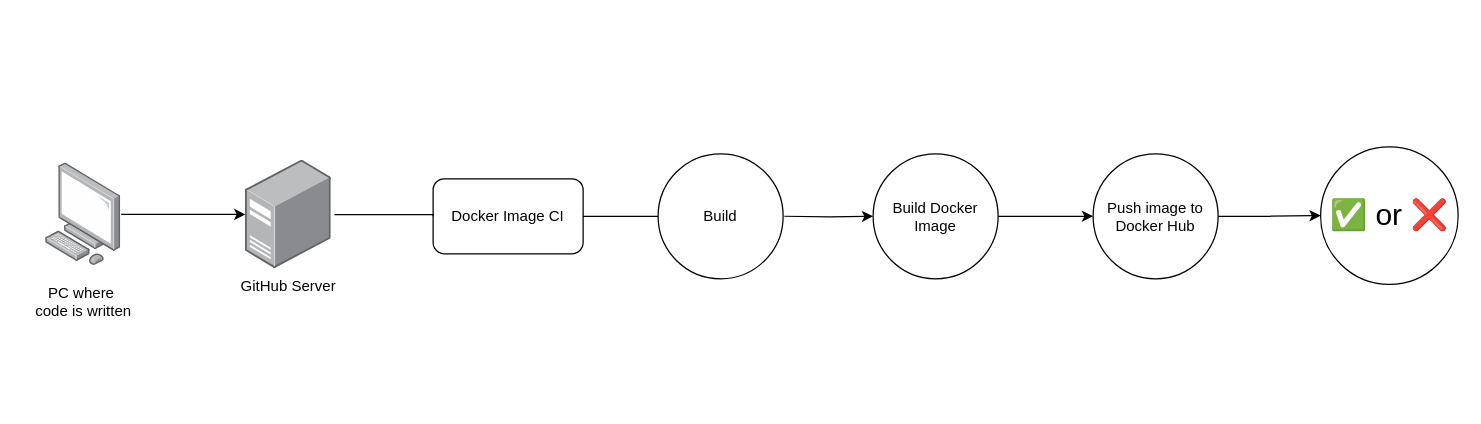
This is etc/FE_pipelineDiagram.drawio from MateoGlzAlon/documentation-crowdfunding-fontys-project, a draw.io file, before an edit. Source tidied: cells renumbered, new cells numbered last; positions are measured from the earlier drawing's top-left corner, leaving out a move shared by most shapes. Both pictures are drawn from the tidied source at 125%, with x=0, y=0 at pixel (20, 146).
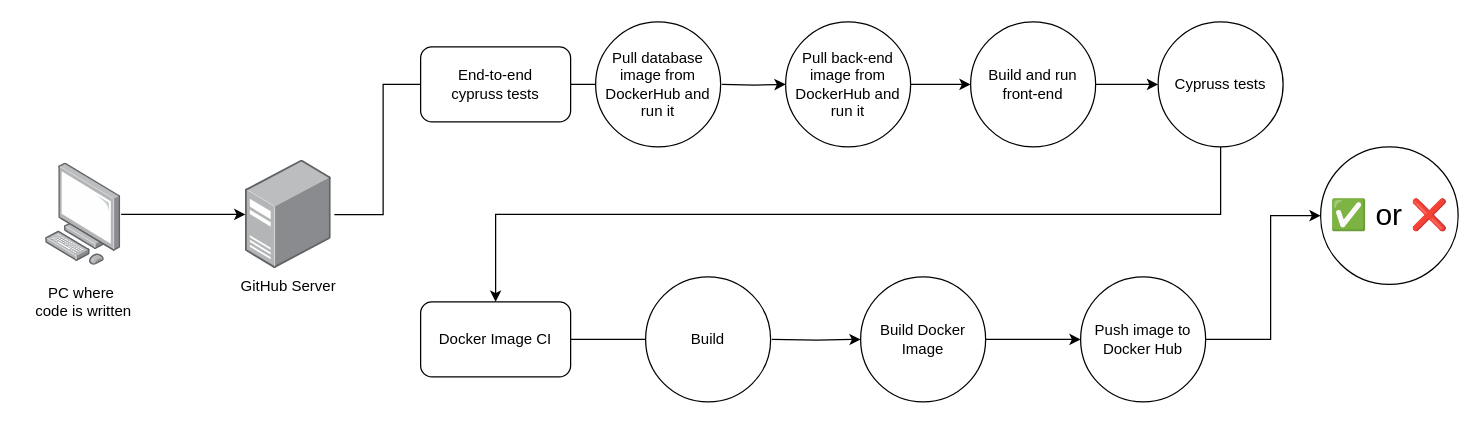
The same page after the edit.

Unchanged cells that the change refers to:
```xml
<mxCell id="6" value="&lt;font style=&quot;font-size: 24px;&quot;&gt;✅ or ❌&lt;/font&gt;" style="ellipse;whiteSpace=wrap;html=1;" parent="1" vertex="1">
  <mxGeometry x="1040" width="110" height="110" as="geometry" />
</mxCell>
<mxCell id="8" value="GitHub Server" style="image;points=[];html=1;align=center;shadow=0;dashed=0;image=img/lib/allied_telesis/computer_and_terminals/Server_Desktop.svg;" parent="1" vertex="1">
  <mxGeometry x="180" y="10.5" width="68.6" height="87" as="geometry" />
</mxCell>
```

Change to the diagram source:
```diff
@@
-    <mxCell id="2" style="edgeStyle=orthogonalEdgeStyle;rounded=0;jettySize=auto;html=1;entryX=0;entryY=0.5;entryDx=0;entryDy=0;" parent="1" edge="1" source="15" target="6">
-      <mxGeometry relative="1" as="geometry" />
-    </mxCell>
-    <mxCell id="3" value="Build" style="ellipse;whiteSpace=wrap;html=1;" parent="1" vertex="1">
-      <mxGeometry x="510" y="5.5" width="100" height="100" as="geometry" />
+    <mxCell id="3" value="&lt;div&gt;Pull database image from DockerHub and run it&lt;/div&gt;" style="ellipse;whiteSpace=wrap;html=1;" parent="1" vertex="1">
+      <mxGeometry x="460" y="-100" width="100" height="100" as="geometry" />
     </mxCell>
-    <mxCell id="4" value="Docker Image CI" style="rounded=1;whiteSpace=wrap;html=1;" parent="1" vertex="1">
-      <mxGeometry x="330" y="25.5" width="120" height="60" as="geometry" />
+    <mxCell id="4" value="End-to-end&lt;div&gt;cypruss tests&lt;/div&gt;" style="rounded=1;whiteSpace=wrap;html=1;" parent="1" vertex="1">
+      <mxGeometry x="320" y="-80" width="120" height="60" as="geometry" />
     </mxCell>
@@
-    <mxCell id="10" style="endArrow=none;html=1;rounded=0;exitX=1.035;exitY=0.502;exitDx=0;exitDy=0;exitPerimeter=0;entryX=0;entryY=0.5;entryDx=0;entryDy=0;edgeStyle=orthogonalEdgeStyle;" parent="1" edge="1" source="8" target="4">
+    <mxCell id="10" style="endArrow=none;html=1;rounded=0;exitX=1.035;exitY=0.502;exitDx=0;exitDy=0;exitPerimeter=0;edgeStyle=orthogonalEdgeStyle;entryX=0;entryY=0.5;entryDx=0;entryDy=0;" parent="1" edge="1" source="8" target="4">
       <mxGeometry relative="1" as="geometry">
         <Array as="points">
-          <mxPoint x="330" y="54" />
+          <mxPoint x="290" y="54" />
+          <mxPoint x="290" y="-50" />
         </Array>
       </mxGeometry>
     </mxCell>
@@
     <mxCell id="12" style="edgeStyle=orthogonalEdgeStyle;rounded=0;jettySize=auto;html=1;entryX=0;entryY=0.5;entryDx=0;entryDy=0;" parent="1" edge="1" target="13">
       <mxGeometry relative="1" as="geometry">
-        <mxPoint x="611" y="55.5" as="sourcePoint" />
+        <mxPoint x="561" y="-50" as="sourcePoint" />
       </mxGeometry>
     </mxCell>
-    <mxCell id="13" value="Build Docker&lt;div&gt;Image&lt;/div&gt;" style="ellipse;whiteSpace=wrap;html=1;" parent="1" vertex="1">
-      <mxGeometry x="682" y="5.5" width="100" height="100" as="geometry" />
+    <mxCell id="13" value="Pull back-end image from DockerHub and run it" style="ellipse;whiteSpace=wrap;html=1;" parent="1" vertex="1">
+      <mxGeometry x="612" y="-100" width="100" height="100" as="geometry" />
     </mxCell>
@@
+    <mxCell id="16" style="edgeStyle=orthogonalEdgeStyle;rounded=0;jettySize=auto;html=1;entryX=0;entryY=0.5;entryDx=0;entryDy=0;" parent="1" edge="1" source="15" target="26">
+      <mxGeometry relative="1" as="geometry">
+        <Array as="points">
+          <mxPoint x="890" y="-50" />
+          <mxPoint x="890" y="-50" />
+        </Array>
+      </mxGeometry>
+    </mxCell>
-    <mxCell id="15" value="Push image to Docker Hub" style="ellipse;whiteSpace=wrap;html=1;" parent="1" vertex="1">
-      <mxGeometry x="858" y="5.5" width="100" height="100" as="geometry" />
+    <mxCell id="15" value="Build and run front-end" style="ellipse;whiteSpace=wrap;html=1;" parent="1" vertex="1">
+      <mxGeometry x="760" y="-100" width="100" height="100" as="geometry" />
     </mxCell>
+    <mxCell id="17" value="Build" style="ellipse;whiteSpace=wrap;html=1;" parent="1" vertex="1">
+      <mxGeometry x="500" y="104" width="100" height="100" as="geometry" />
+    </mxCell>
+    <mxCell id="18" value="Docker Image CI" style="rounded=1;whiteSpace=wrap;html=1;" parent="1" vertex="1">
+      <mxGeometry x="320" y="124" width="120" height="60" as="geometry" />
+    </mxCell>
+    <mxCell id="19" style="endArrow=none;html=1;rounded=0;exitX=1;exitY=0.5;exitDx=0;exitDy=0;entryX=0;entryY=0.5;entryDx=0;entryDy=0;" parent="1" edge="1" source="18" target="17">
+      <mxGeometry relative="1" as="geometry" />
+    </mxCell>
+    <mxCell id="20" style="edgeStyle=orthogonalEdgeStyle;rounded=0;jettySize=auto;html=1;entryX=0;entryY=0.5;entryDx=0;entryDy=0;" parent="1" edge="1" target="21">
+      <mxGeometry relative="1" as="geometry">
+        <mxPoint x="601" y="154" as="sourcePoint" />
+      </mxGeometry>
+    </mxCell>
+    <mxCell id="21" value="Build Docker&lt;div&gt;Image&lt;/div&gt;" style="ellipse;whiteSpace=wrap;html=1;" parent="1" vertex="1">
+      <mxGeometry x="672" y="104" width="100" height="100" as="geometry" />
+    </mxCell>
+    <mxCell id="22" style="edgeStyle=orthogonalEdgeStyle;rounded=0;jettySize=auto;html=1;entryX=0;entryY=0.5;entryDx=0;entryDy=0;" parent="1" edge="1" source="21" target="24">
+      <mxGeometry relative="1" as="geometry" />
+    </mxCell>
+    <mxCell id="23" style="edgeStyle=orthogonalEdgeStyle;rounded=0;jettySize=auto;html=1;entryX=0;entryY=0.5;entryDx=0;entryDy=0;" parent="1" edge="1" source="24" target="6">
+      <mxGeometry relative="1" as="geometry">
+        <Array as="points">
+          <mxPoint x="1000" y="154" />
+          <mxPoint x="1000" y="55" />
+        </Array>
+      </mxGeometry>
+    </mxCell>
+    <mxCell id="24" value="Push image to Docker Hub" style="ellipse;whiteSpace=wrap;html=1;" parent="1" vertex="1">
+      <mxGeometry x="848" y="104" width="100" height="100" as="geometry" />
+    </mxCell>
+    <mxCell id="25" style="edgeStyle=orthogonalEdgeStyle;rounded=0;jettySize=auto;html=1;entryX=0.5;entryY=0;entryDx=0;entryDy=0;" parent="1" edge="1" source="26" target="18">
+      <mxGeometry relative="1" as="geometry">
+        <Array as="points">
+          <mxPoint x="960" y="54" />
+          <mxPoint x="380" y="54" />
+        </Array>
+      </mxGeometry>
+    </mxCell>
+    <mxCell id="26" value="Cypruss tests" style="ellipse;whiteSpace=wrap;html=1;" parent="1" vertex="1">
+      <mxGeometry x="910" y="-100" width="100" height="100" as="geometry" />
+    </mxCell>
```
